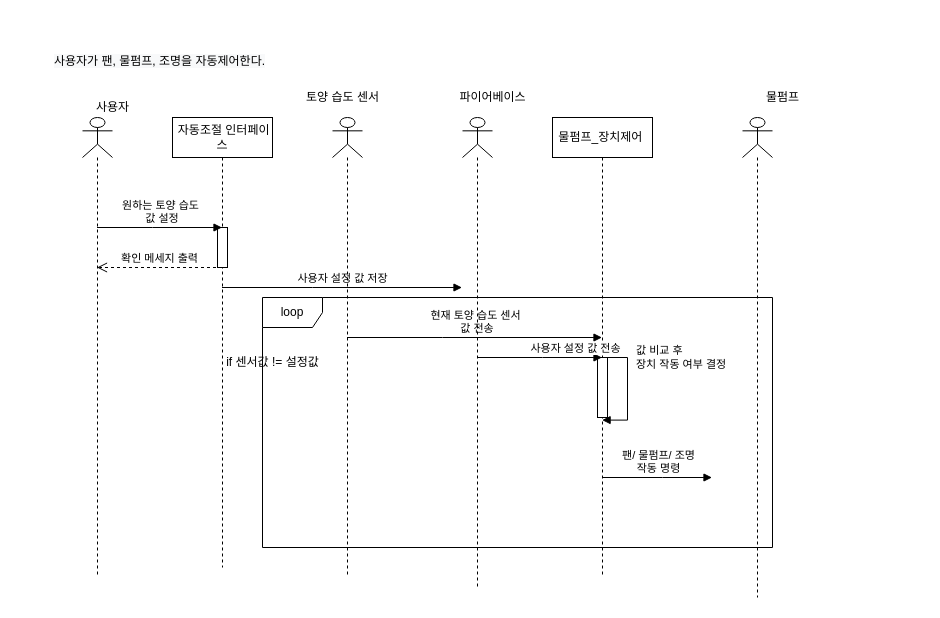
The draw.io diagram 5주차/시퀀스 다이어그램/auto_sqd.drawio in sonmyungwon/Software-Development, before the edit. Source tidied: cells renumbered, new cells numbered last; positions are measured from the earlier drawing's top-left corner, leaving out a move shared by most shapes. Both pictures are drawn from the tidied source at 100%, with x=0, y=0 at pixel (52, 47).
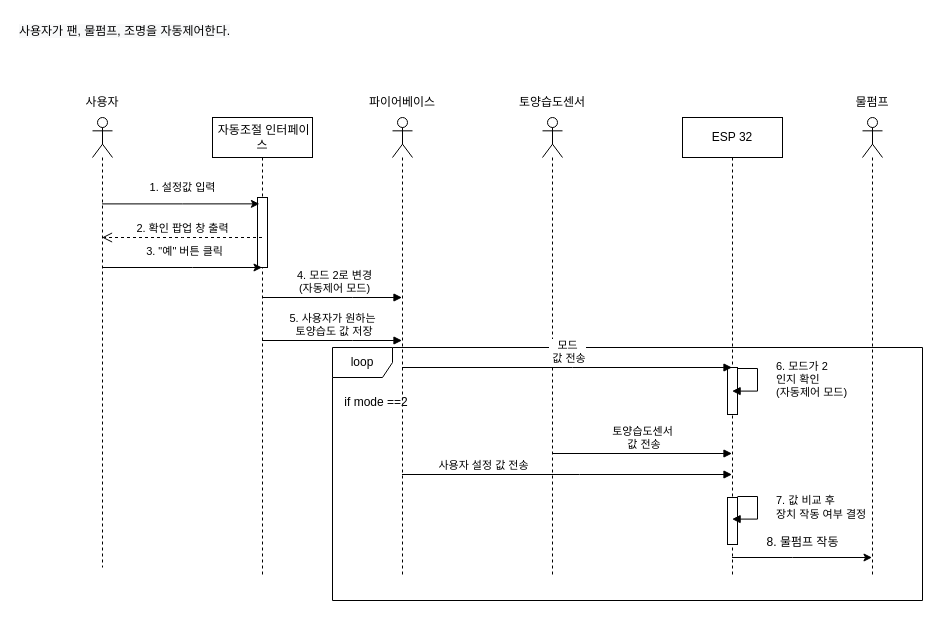
The same diagram, later.

The edit, as a diff of the source:
```diff
@@
+    <mxCell id="3" value="&lt;span style=&quot;color: rgb(0, 0, 0); font-family: Helvetica; font-size: 12px; font-style: normal; font-variant-ligatures: normal; font-variant-caps: normal; font-weight: 400; letter-spacing: normal; orphans: 2; text-align: center; text-indent: 0px; text-transform: none; widows: 2; word-spacing: 0px; -webkit-text-stroke-width: 0px; background-color: rgb(248, 249, 250); text-decoration-thickness: initial; text-decoration-style: initial; text-decoration-color: initial; float: none; display: inline !important;&quot;&gt;사용자가 팬, 물펌프, 조명을 자동제어한다.&lt;/span&gt;" style="text;whiteSpace=wrap;html=1;" parent="1" vertex="1">
+      <mxGeometry x="-35" y="-30" width="260" height="40" as="geometry" />
+    </mxCell>
     <mxCell id="2" value="loop" style="shape=umlFrame;whiteSpace=wrap;html=1;" parent="1" vertex="1">
-      <mxGeometry x="210" y="250" width="510" height="250" as="geometry" />
+      <mxGeometry x="280" y="300" width="590" height="253" as="geometry" />
     </mxCell>
-    <mxCell id="3" value="&lt;span style=&quot;color: rgb(0, 0, 0); font-family: Helvetica; font-size: 12px; font-style: normal; font-variant-ligatures: normal; font-variant-caps: normal; font-weight: 400; letter-spacing: normal; orphans: 2; text-align: center; text-indent: 0px; text-transform: none; widows: 2; word-spacing: 0px; -webkit-text-stroke-width: 0px; background-color: rgb(248, 249, 250); text-decoration-thickness: initial; text-decoration-style: initial; text-decoration-color: initial; float: none; display: inline !important;&quot;&gt;사용자가 팬, 물펌프, 조명을 자동제어한다.&lt;/span&gt;" style="text;whiteSpace=wrap;html=1;" parent="1" vertex="1">
-      <mxGeometry width="260" height="40" as="geometry" />
-    </mxCell>
     <mxCell id="4" value="&amp;nbsp;자동조절 인터페이스" style="shape=umlLifeline;perimeter=lifelinePerimeter;whiteSpace=wrap;html=1;outlineConnect=0;" parent="1" vertex="1">
-      <mxGeometry x="120" y="70" width="100" height="450" as="geometry" />
+      <mxGeometry x="160" y="70" width="100" height="460" as="geometry" />
     </mxCell>
-    <mxCell id="5" value="확인 메세지 출력" style="html=1;verticalAlign=bottom;endArrow=open;dashed=1;endSize=8;rounded=0;" parent="4" edge="1" target="14">
-      <mxGeometry relative="1" as="geometry">
-        <mxPoint x="49.5" y="150" as="sourcePoint" />
-        <Array as="points">
-          <mxPoint x="20" y="150" />
-        </Array>
-      </mxGeometry>
-    </mxCell>
     <mxCell id="6" style="html=1;points=[];perimeter=orthogonalPerimeter;" parent="4" vertex="1">
-      <mxGeometry x="45" y="110" width="10" height="40" as="geometry" />
+      <mxGeometry x="45" y="80" width="10" height="70" as="geometry" />
     </mxCell>
-    <mxCell id="7" value="물펌프_장치제어&amp;nbsp;" style="shape=umlLifeline;perimeter=lifelinePerimeter;whiteSpace=wrap;html=1;outlineConnect=0;" parent="1" vertex="1">
-      <mxGeometry x="500" y="70" width="100" height="460" as="geometry" />
+    <mxCell id="7" value="ESP 32" style="shape=umlLifeline;perimeter=lifelinePerimeter;whiteSpace=wrap;html=1;outlineConnect=0;" parent="1" vertex="1">
+      <mxGeometry x="630" y="70" width="100" height="460" as="geometry" />
     </mxCell>
     <mxCell id="8" style="html=1;perimeter=orthogonalPerimeter;" parent="7" vertex="1">
-      <mxGeometry x="45" y="240" width="10" height="60" as="geometry" />
+      <mxGeometry x="45" y="380" width="10" height="47" as="geometry" />
     </mxCell>
-    <mxCell id="9" value="값 비교 후&amp;nbsp;&lt;br&gt;장치 작동 여부 결정" style="edgeStyle=orthogonalEdgeStyle;html=1;align=left;spacingLeft=2;endArrow=block;rounded=0;entryX=0.96;entryY=1.022;entryDx=0;entryDy=0;entryPerimeter=0;" parent="7" edge="1">
-      <mxGeometry x="-0.49" y="5" relative="1" as="geometry">
-        <mxPoint x="45" y="240" as="sourcePoint" />
-        <mxPoint x="49.6" y="302.6" as="targetPoint" />
+    <mxCell id="9" value="7. 값 비교 후&amp;nbsp;&lt;br&gt;장치 작동 여부 결정" style="edgeStyle=orthogonalEdgeStyle;html=1;align=left;spacingLeft=2;endArrow=block;rounded=0;entryX=0.96;entryY=1.022;entryDx=0;entryDy=0;entryPerimeter=0;" parent="7" edge="1">
+      <mxGeometry x="-0.09" y="15" relative="1" as="geometry">
+        <mxPoint x="55" y="379" as="sourcePoint" />
+        <mxPoint x="49.6" y="401.6" as="targetPoint" />
         <Array as="points">
-          <mxPoint x="75" y="240" />
-          <mxPoint x="75" y="303" />
+          <mxPoint x="55" y="379" />
+          <mxPoint x="75" y="379" />
+          <mxPoint x="75" y="402" />
         </Array>
       </mxGeometry>
     </mxCell>
+    <mxCell id="24" style="html=1;perimeter=orthogonalPerimeter;" parent="7" vertex="1">
+      <mxGeometry x="45" y="250" width="10" height="47" as="geometry" />
+    </mxCell>
-    <mxCell id="10" value="사용자 설정 값 저장" style="html=1;verticalAlign=bottom;endArrow=block;rounded=0;" parent="1" edge="1" source="4">
+    <mxCell id="10" value="5. 사용자가 원하는&lt;br&gt;&amp;nbsp;토양습도 값 저장" style="html=1;verticalAlign=bottom;endArrow=block;rounded=0;" parent="1" edge="1">
       <mxGeometry relative="1" as="geometry">
-        <mxPoint x="409.5" y="240" as="targetPoint" />
+        <mxPoint x="209.5" y="293" as="sourcePoint" />
+        <mxPoint x="349.5" y="293" as="targetPoint" />
         <Array as="points">
-          <mxPoint x="260" y="240" />
+          <mxPoint x="300" y="293" />
         </Array>
       </mxGeometry>
     </mxCell>
-    <mxCell id="11" value="현재 토양 습도 센서&lt;br&gt;&amp;nbsp;값 전송" style="html=1;verticalAlign=bottom;endArrow=block;rounded=0;" parent="1" edge="1" source="22" target="7">
+    <mxCell id="11" value="토양습도센서&lt;br&gt;&amp;nbsp;값 전송" style="html=1;verticalAlign=bottom;endArrow=block;rounded=0;" parent="1" edge="1">
       <mxGeometry relative="1" as="geometry">
-        <Array as="points">
-          <mxPoint x="390" y="290" />
-        </Array>
+        <mxPoint x="499.5" y="406" as="sourcePoint" />
+        <mxPoint x="679.5" y="406" as="targetPoint" />
       </mxGeometry>
     </mxCell>
-    <mxCell id="12" value="사용자 설정 값 전송" style="html=1;verticalAlign=bottom;endArrow=block;rounded=0;" parent="1" edge="1" source="16" target="7">
-      <mxGeometry x="0.56" relative="1" as="geometry">
+    <mxCell id="12" value="사용자 설정 값 전송" style="html=1;verticalAlign=bottom;endArrow=block;rounded=0;" parent="1" edge="1">
+      <mxGeometry x="-0.51" relative="1" as="geometry">
+        <mxPoint x="349.5" y="427" as="sourcePoint" />
+        <mxPoint x="679.5" y="427" as="targetPoint" />
         <Array as="points">
-          <mxPoint x="490" y="310" />
+          <mxPoint x="527" y="427" />
         </Array>
       </mxGeometry>
     </mxCell>
-    <mxCell id="13" value="팬/ 물펌프/ 조명 &lt;br&gt;작동 명령" style="html=1;verticalAlign=bottom;endArrow=block;rounded=0;" parent="1" edge="1" source="7">
-      <mxGeometry relative="1" as="geometry">
-        <mxPoint x="659.5" y="430" as="targetPoint" />
-        <Array as="points">
-          <mxPoint x="610" y="430" />
-        </Array>
-        <mxPoint x="1" as="offset" />
-      </mxGeometry>
-    </mxCell>
-    <mxCell id="14" style="shape=umlLifeline;participant=umlActor;perimeter=lifelinePerimeter;whiteSpace=wrap;html=1;verticalAlign=top;spacingTop=36;outlineConnect=0;" parent="1" vertex="1">
-      <mxGeometry x="30" y="70" width="30" height="460" as="geometry" />
-    </mxCell>
-    <mxCell id="15" value="원하는 토양 습도&lt;br&gt;&amp;nbsp;값 설정" style="html=1;verticalAlign=bottom;endArrow=block;rounded=0;" parent="1" edge="1" source="14" target="4">
-      <mxGeometry relative="1" as="geometry">
-        <Array as="points">
-          <mxPoint x="100" y="180" />
-        </Array>
-      </mxGeometry>
-    </mxCell>
-    <mxCell id="16" style="shape=umlLifeline;participant=umlActor;perimeter=lifelinePerimeter;whiteSpace=wrap;html=1;verticalAlign=top;spacingTop=36;outlineConnect=0;" parent="1" vertex="1">
-      <mxGeometry x="410" y="70" width="30" height="470" as="geometry" />
-    </mxCell>
-    <mxCell id="17" style="shape=umlLifeline;participant=umlActor;perimeter=lifelinePerimeter;whiteSpace=wrap;html=1;verticalAlign=top;spacingTop=36;" parent="1" vertex="1">
-      <mxGeometry x="690" y="70" width="30" height="480" as="geometry" />
-    </mxCell>
+    <mxCell id="25" style="shape=umlLifeline;participant=umlActor;perimeter=lifelinePerimeter;whiteSpace=wrap;html=1;verticalAlign=top;spacingTop=36;outlineConnect=0;" parent="1" vertex="1">
+      <mxGeometry x="810" y="70" width="20" height="460" as="geometry" />
+    </mxCell>
+    <mxCell id="26" style="shape=umlLifeline;participant=umlActor;perimeter=lifelinePerimeter;whiteSpace=wrap;html=1;verticalAlign=top;spacingTop=36;outlineConnect=0;" parent="1" vertex="1">
+      <mxGeometry x="340" y="70" width="20" height="460" as="geometry" />
+    </mxCell>
+    <mxCell id="27" value="1. 설정값 입력" style="edgeStyle=orthogonalEdgeStyle;rounded=0;jettySize=auto;html=1;entryX=0.191;entryY=0.091;entryDx=0;entryDy=0;entryPerimeter=0;" parent="1" edge="1" source="28" target="6">
+      <mxGeometry x="0.02" y="16" relative="1" as="geometry">
+        <Array as="points">
+          <mxPoint x="130" y="156" />
+        </Array>
+      </mxGeometry>
+    </mxCell>
+    <mxCell id="28" style="shape=umlLifeline;participant=umlActor;perimeter=lifelinePerimeter;whiteSpace=wrap;html=1;verticalAlign=top;spacingTop=36;outlineConnect=0;size=40;" parent="1" vertex="1">
+      <mxGeometry x="40" y="70" width="20" height="450" as="geometry" />
+    </mxCell>
-    <mxCell id="18" value="사용자" style="text;html=1;align=center;verticalAlign=middle;strokeColor=none;fillColor=none;" parent="1" vertex="1">
-      <mxGeometry x="30" y="45" width="60" height="30" as="geometry" />
+    <mxCell id="18" value="사용자" style="text;html=1;strokeColor=none;fillColor=none;align=center;verticalAlign=middle;whiteSpace=wrap;rounded=0;" parent="1" vertex="1">
+      <mxGeometry x="20" y="40" width="60" height="30" as="geometry" />
     </mxCell>
+    <mxCell id="20" value="물펌프" style="text;html=1;strokeColor=none;fillColor=none;align=center;verticalAlign=middle;whiteSpace=wrap;rounded=0;" parent="1" vertex="1">
+      <mxGeometry x="790" y="40" width="60" height="30" as="geometry" />
+    </mxCell>
-    <mxCell id="19" value="파이어베이스" style="text;html=1;align=center;verticalAlign=middle;strokeColor=none;fillColor=none;" parent="1" vertex="1">
-      <mxGeometry x="390" y="35" width="100" height="30" as="geometry" />
+    <mxCell id="19" value="파이어베이스" style="text;html=1;strokeColor=none;fillColor=none;align=center;verticalAlign=middle;whiteSpace=wrap;rounded=0;" parent="1" vertex="1">
+      <mxGeometry x="305" y="40" width="90" height="30" as="geometry" />
     </mxCell>
-    <mxCell id="20" value="물펌프" style="text;html=1;align=center;verticalAlign=middle;strokeColor=none;fillColor=none;" parent="1" vertex="1">
-      <mxGeometry x="700" y="35" width="60" height="30" as="geometry" />
-    </mxCell>
-    <mxCell id="21" value="if 센서값 != 설정값" style="text;html=1;align=center;verticalAlign=middle;fillColor=none;strokeColor=none;rounded=0;" parent="1" vertex="1">
-      <mxGeometry x="160" y="300" width="120" height="30" as="geometry" />
-    </mxCell>
-    <mxCell id="22" style="shape=umlLifeline;participant=umlActor;perimeter=lifelinePerimeter;whiteSpace=wrap;html=1;verticalAlign=top;spacingTop=36;outlineConnect=0;" parent="1" vertex="1">
-      <mxGeometry x="280" y="70" width="30" height="460" as="geometry" />
-    </mxCell>
-    <mxCell id="23" value="토양 습도 센서" style="text;html=1;align=center;verticalAlign=middle;strokeColor=none;fillColor=none;" parent="1" vertex="1">
-      <mxGeometry x="240" y="35" width="100" height="30" as="geometry" />
-    </mxCell>
+    <mxCell id="29" style="endArrow=classic;html=1;rounded=0;" parent="1" edge="1" source="7" target="25">
+      <mxGeometry relative="1" as="geometry">
+        <Array as="points">
+          <mxPoint x="740" y="510" />
+        </Array>
+      </mxGeometry>
+    </mxCell>
+    <mxCell id="30" style="shape=umlLifeline;participant=umlActor;perimeter=lifelinePerimeter;whiteSpace=wrap;html=1;verticalAlign=top;spacingTop=36;" parent="1" vertex="1">
+      <mxGeometry x="490" y="70" width="20" height="460" as="geometry" />
+    </mxCell>
+    <mxCell id="31" value="토양습도센서" style="text;html=1;strokeColor=none;fillColor=none;align=center;verticalAlign=middle;whiteSpace=wrap;rounded=0;" parent="1" vertex="1">
+      <mxGeometry x="452" y="40" width="96" height="30" as="geometry" />
+    </mxCell>
+    <mxCell id="32" value="8. 물펌프 작동" style="text;html=1;align=center;verticalAlign=middle;strokeColor=none;fillColor=none;" parent="1" vertex="1">
+      <mxGeometry x="700" y="480" width="100" height="30" as="geometry" />
+    </mxCell>
+    <mxCell id="33" value="if mode ==2" style="text;html=1;strokeColor=none;fillColor=none;align=center;verticalAlign=middle;whiteSpace=wrap;rounded=0;" parent="1" vertex="1">
+      <mxGeometry x="284" y="340" width="80" height="30" as="geometry" />
+    </mxCell>
+    <mxCell id="34" value="4. 모드 2로 변경&lt;br&gt;(자동제어 모드)" style="html=1;verticalAlign=bottom;endArrow=block;rounded=0;" parent="1" edge="1" source="4" target="26">
+      <mxGeometry x="0.01" relative="1" as="geometry">
+        <Array as="points">
+          <mxPoint x="300" y="250" />
+        </Array>
+        <mxPoint x="1" as="offset" />
+      </mxGeometry>
+    </mxCell>
+    <mxCell id="35" value="2. 확인 팝업 창 출력" style="html=1;verticalAlign=bottom;endArrow=open;dashed=1;endSize=8;rounded=0;" parent="1" edge="1" source="4" target="28">
+      <mxGeometry relative="1" as="geometry">
+        <Array as="points">
+          <mxPoint x="130" y="190" />
+        </Array>
+      </mxGeometry>
+    </mxCell>
+    <mxCell id="36" value="3. &quot;예&quot; 버튼 클릭" style="edgeStyle=orthogonalEdgeStyle;rounded=0;jettySize=auto;html=1;" parent="1" edge="1" source="28" target="4">
+      <mxGeometry x="0.02" y="16" relative="1" as="geometry">
+        <Array as="points">
+          <mxPoint x="140" y="220" />
+          <mxPoint x="140" y="220" />
+        </Array>
+      </mxGeometry>
+    </mxCell>
+    <mxCell id="37" value="모드&lt;br&gt;&amp;nbsp;값 전송" style="html=1;verticalAlign=bottom;endArrow=block;rounded=0;" parent="1" edge="1" source="26" target="7">
+      <mxGeometry relative="1" as="geometry">
+        <Array as="points">
+          <mxPoint x="520" y="320" />
+        </Array>
+      </mxGeometry>
+    </mxCell>
+    <mxCell id="38" value="6. 모드가 2&lt;br&gt;인지 확인&lt;br&gt;(자동제어 모드)&lt;br&gt;" style="edgeStyle=orthogonalEdgeStyle;html=1;align=left;spacingLeft=2;endArrow=block;rounded=0;entryX=0.96;entryY=1.022;entryDx=0;entryDy=0;entryPerimeter=0;" parent="1" edge="1">
+      <mxGeometry x="-0.09" y="15" relative="1" as="geometry">
+        <mxPoint x="685" y="321" as="sourcePoint" />
+        <mxPoint x="679.6" y="343.6" as="targetPoint" />
+        <Array as="points">
+          <mxPoint x="685" y="321" />
+          <mxPoint x="705" y="321" />
+          <mxPoint x="705" y="344" />
+        </Array>
+      </mxGeometry>
+    </mxCell>
```
